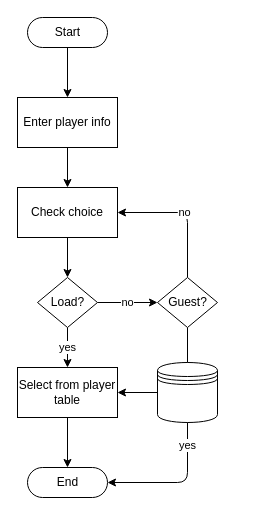
Before: page "Select Players Logic" (8 of 16) of scoring/documentation/Scoring_System_Schematics.drawio in kparlak/dart-scoring-system, a draw.io diagram. Source tidied: cells renumbered, new cells numbered last; positions are measured from the earlier drawing's top-left corner, leaving out a move shared by most shapes. Both pictures are drawn from the tidied source at 100%, with x=0, y=0 at pixel (17, 17).
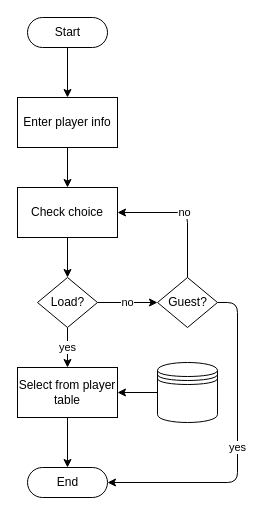
After the change.

What changed in the source:
```diff
@@
 <mxGraphModel>
   <root>
     <mxCell id="0" />
     <mxCell id="1" parent="0" />
-    <mxCell id="2" value="yes" style="edgeStyle=orthogonalEdgeStyle;rounded=1;jettySize=auto;html=1;exitX=0.5;exitY=1;exitDx=0;exitDy=0;entryX=1;entryY=0.5;entryDx=0;entryDy=0;entryPerimeter=0;startArrow=none;startFill=0;" parent="1" edge="1" source="18" target="5">
+    <mxCell id="2" value="yes" style="edgeStyle=orthogonalEdgeStyle;rounded=1;jettySize=auto;html=1;exitX=1;exitY=0.5;exitDx=0;exitDy=0;entryX=1;entryY=0.5;entryDx=0;entryDy=0;entryPerimeter=0;startArrow=none;startFill=0;" parent="1" edge="1" source="18" target="5">
       <mxGeometry relative="1" as="geometry" />
     </mxCell>
     <mxCell id="3" style="edgeStyle=orthogonalEdgeStyle;rounded=1;jettySize=auto;html=1;exitX=0.5;exitY=0.5;exitDx=0;exitDy=15;exitPerimeter=0;entryX=0.5;entryY=0;entryDx=0;entryDy=0;startArrow=none;startFill=0;" parent="1" edge="1" source="4" target="14">
       <mxGeometry relative="1" as="geometry" />
     </mxCell>
     <mxCell id="4" value="Start" style="html=1;dashed=0;whitespace=wrap;shape=mxgraph.dfd.start;" parent="1" vertex="1">
       <mxGeometry x="10" width="80" height="30" as="geometry" />
     </mxCell>
     <mxCell id="5" value="End" style="html=1;dashed=0;whitespace=wrap;shape=mxgraph.dfd.start;" parent="1" vertex="1">
       <mxGeometry x="10" y="450" width="80" height="30" as="geometry" />
     </mxCell>
     <mxCell id="6" value="yes" style="edgeStyle=orthogonalEdgeStyle;rounded=1;jettySize=auto;html=1;exitX=0.5;exitY=1;exitDx=0;exitDy=0;entryX=0.5;entryY=0;entryDx=0;entryDy=0;" parent="1" edge="1" source="16" target="10">
       <mxGeometry relative="1" as="geometry" />
     </mxCell>
     <mxCell id="7" style="edgeStyle=orthogonalEdgeStyle;rounded=1;jettySize=auto;html=1;exitX=0.5;exitY=1;exitDx=0;exitDy=0;entryX=0.5;entryY=0;entryDx=0;entryDy=0;startArrow=none;startFill=0;" parent="1" edge="1" source="8" target="16">
       <mxGeometry relative="1" as="geometry" />
     </mxCell>
     <mxCell id="8" value="Check choice" style="html=1;dashed=0;whitespace=wrap;whiteSpace=wrap;" parent="1" vertex="1">
       <mxGeometry y="170" width="100" height="50" as="geometry" />
     </mxCell>
     <mxCell id="9" style="edgeStyle=orthogonalEdgeStyle;rounded=1;jettySize=auto;html=1;exitX=0.5;exitY=1;exitDx=0;exitDy=0;entryX=0.5;entryY=0.5;entryDx=0;entryDy=-15;entryPerimeter=0;" parent="1" edge="1" source="10" target="5">
       <mxGeometry relative="1" as="geometry" />
     </mxCell>
     <mxCell id="10" value="Select from player table" style="html=1;dashed=0;whitespace=wrap;whiteSpace=wrap;" parent="1" vertex="1">
       <mxGeometry y="350" width="100" height="50" as="geometry" />
     </mxCell>
     <mxCell id="11" style="edgeStyle=orthogonalEdgeStyle;rounded=1;jettySize=auto;html=1;exitX=0;exitY=0.5;exitDx=0;exitDy=0;entryX=1;entryY=0.5;entryDx=0;entryDy=0;" parent="1" edge="1" source="12" target="10">
       <mxGeometry relative="1" as="geometry" />
     </mxCell>
     <mxCell id="12" style="shape=datastore;whiteSpace=wrap;html=1;" parent="1" vertex="1">
       <mxGeometry x="140" y="345" width="60" height="60" as="geometry" />
     </mxCell>
     <mxCell id="13" style="edgeStyle=orthogonalEdgeStyle;rounded=1;jettySize=auto;html=1;exitX=0.5;exitY=1;exitDx=0;exitDy=0;entryX=0.5;entryY=0;entryDx=0;entryDy=0;startArrow=none;startFill=0;" parent="1" edge="1" source="14" target="8">
       <mxGeometry relative="1" as="geometry" />
     </mxCell>
     <mxCell id="14" value="Enter player info" style="html=1;dashed=0;whitespace=wrap;whiteSpace=wrap;" parent="1" vertex="1">
       <mxGeometry y="80" width="100" height="50" as="geometry" />
     </mxCell>
     <mxCell id="15" value="no" style="edgeStyle=orthogonalEdgeStyle;rounded=1;jettySize=auto;html=1;exitX=1;exitY=0.5;exitDx=0;exitDy=0;entryX=0;entryY=0.5;entryDx=0;entryDy=0;startArrow=none;startFill=0;" parent="1" edge="1" source="16" target="18">
       <mxGeometry relative="1" as="geometry" />
     </mxCell>
     <mxCell id="16" value="Load?" style="shape=rhombus;html=1;dashed=0;whitespace=wrap;perimeter=rhombusPerimeter;" parent="1" vertex="1">
       <mxGeometry x="20" y="260" width="60" height="50" as="geometry" />
     </mxCell>
     <mxCell id="17" value="no" style="edgeStyle=orthogonalEdgeStyle;rounded=1;jettySize=auto;html=1;exitX=0.5;exitY=0;exitDx=0;exitDy=0;entryX=1;entryY=0.5;entryDx=0;entryDy=0;startArrow=none;startFill=0;" parent="1" edge="1" source="18" target="8">
       <mxGeometry relative="1" as="geometry" />
     </mxCell>
     <mxCell id="18" value="Guest?" style="shape=rhombus;html=1;dashed=0;whitespace=wrap;perimeter=rhombusPerimeter;" parent="1" vertex="1">
       <mxGeometry x="140" y="260" width="60" height="50" as="geometry" />
     </mxCell>
   </root>
 </mxGraphModel>
```
